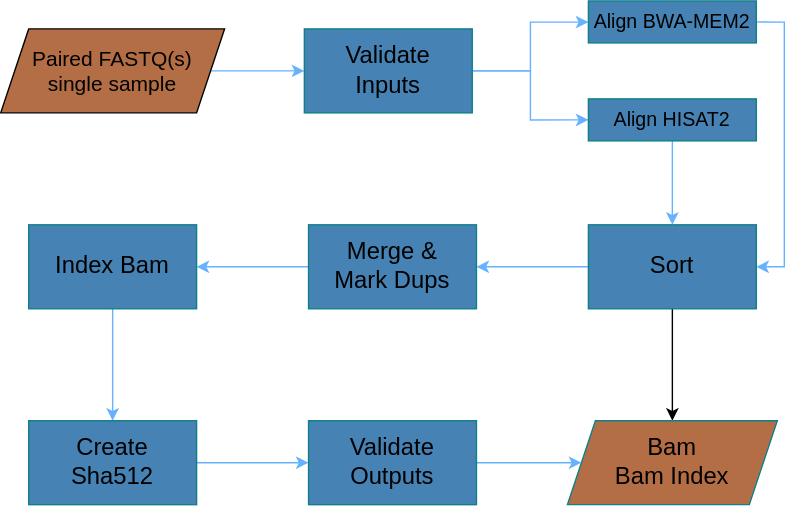
The draw.io diagram flowchart-diagram.drawio.svg in uclahs-cds/pipeline-align-DNA, before a commit. Source tidied: cells renumbered, new cells last; positions are measured from the earlier drawing's top-left corner, leaving out a move shared by most shapes. Its diagram source:
```xml
<mxGraphModel>
  <root>
    <mxCell id="0" />
    <mxCell id="1" parent="0" />
    <mxCell id="2" style="edgeStyle=orthogonalEdgeStyle;rounded=0;jettySize=auto;html=1;labelBackgroundColor=#FFFFFF;labelBorderColor=#FFFFFF;fillColor=#f9f7ed;strokeColor=#66B2FF;" parent="1" edge="1" source="3" target="6">
      <mxGeometry relative="1" as="geometry" />
    </mxCell>
    <mxCell id="3" value="Paired FASTQ(s)&lt;br style=&quot;font-size: 15px;&quot;&gt;single sample" style="shape=parallelogram;perimeter=parallelogramPerimeter;whiteSpace=wrap;html=1;fixedSize=1;fontSize=15;fillColor=#B46E46;" parent="1" vertex="1">
      <mxGeometry y="20" width="160" height="60" as="geometry" />
    </mxCell>
    <mxCell id="4" style="edgeStyle=orthogonalEdgeStyle;rounded=0;jettySize=auto;html=1;fontSize=15;strokeColor=#66B2FF;" parent="1" edge="1" source="6" target="8">
      <mxGeometry relative="1" as="geometry" />
    </mxCell>
    <mxCell id="5" style="edgeStyle=orthogonalEdgeStyle;rounded=0;jettySize=auto;html=1;exitX=1;exitY=0.5;exitDx=0;exitDy=0;entryX=0;entryY=0.5;entryDx=0;entryDy=0;fontColor=#ffffff;strokeColor=#66B2FF;" parent="1" edge="1" source="6" target="22">
      <mxGeometry relative="1" as="geometry" />
    </mxCell>
    <mxCell id="6" value="Validate&lt;br style=&quot;font-size: 17px;&quot;&gt;Inputs" style="whiteSpace=wrap;html=1;strokeColor=#0e8088;fillColor=#4682B4;fontSize=17;" parent="1" vertex="1">
      <mxGeometry x="217" y="20" width="120" height="60" as="geometry" />
    </mxCell>
    <mxCell id="7" style="edgeStyle=orthogonalEdgeStyle;rounded=0;jettySize=auto;html=1;exitX=1;exitY=0.5;exitDx=0;exitDy=0;entryX=1;entryY=0.5;entryDx=0;entryDy=0;strokeColor=#66B2FF;" parent="1" edge="1" source="8" target="11">
      <mxGeometry relative="1" as="geometry" />
    </mxCell>
    <mxCell id="8" value="&lt;font style=&quot;font-size: 14px&quot;&gt;Align BWA-MEM2&lt;/font&gt;" style="whiteSpace=wrap;html=1;fontSize=17;strokeColor=#0e8088;fillColor=#4682B4;" parent="1" vertex="1">
      <mxGeometry x="420" width="120" height="30" as="geometry" />
    </mxCell>
    <mxCell id="9" style="edgeStyle=orthogonalEdgeStyle;rounded=0;jettySize=auto;html=1;fontSize=17;strokeColor=#66B2FF;" parent="1" edge="1" source="11" target="13">
      <mxGeometry relative="1" as="geometry" />
    </mxCell>
    <mxCell id="10" style="edgeStyle=orthogonalEdgeStyle;rounded=0;jettySize=auto;html=1;exitX=0.5;exitY=1;exitDx=0;exitDy=0;entryX=0.5;entryY=0;entryDx=0;entryDy=0;" parent="1" edge="1" source="11" target="20">
      <mxGeometry relative="1" as="geometry" />
    </mxCell>
    <mxCell id="11" value="Sort" style="whiteSpace=wrap;html=1;fontSize=17;strokeColor=#0e8088;fillColor=#4682B4;" parent="1" vertex="1">
      <mxGeometry x="420" y="160" width="120" height="60" as="geometry" />
    </mxCell>
    <mxCell id="12" style="edgeStyle=orthogonalEdgeStyle;rounded=0;jettySize=auto;html=1;fontSize=17;strokeColor=#66B2FF;" parent="1" edge="1" source="13" target="15">
      <mxGeometry relative="1" as="geometry" />
    </mxCell>
    <mxCell id="13" value="Merge &amp;amp;&lt;br&gt;Mark Dups" style="whiteSpace=wrap;html=1;fontSize=17;strokeColor=#0e8088;fillColor=#4682B4;" parent="1" vertex="1">
      <mxGeometry x="220" y="160" width="120" height="60" as="geometry" />
    </mxCell>
    <mxCell id="14" style="edgeStyle=orthogonalEdgeStyle;rounded=0;jettySize=auto;html=1;fontSize=17;strokeColor=#66B2FF;" parent="1" edge="1" source="15" target="17">
      <mxGeometry relative="1" as="geometry" />
    </mxCell>
    <mxCell id="15" value="Index Bam" style="whiteSpace=wrap;html=1;fontSize=17;strokeColor=#0e8088;fillColor=#4682B4;" parent="1" vertex="1">
      <mxGeometry x="20" y="160" width="120" height="60" as="geometry" />
    </mxCell>
    <mxCell id="16" style="edgeStyle=orthogonalEdgeStyle;rounded=0;jettySize=auto;html=1;fontSize=17;strokeColor=#66B2FF;" parent="1" edge="1" source="17" target="19">
      <mxGeometry relative="1" as="geometry" />
    </mxCell>
    <mxCell id="17" value="Create&lt;br&gt;Sha512" style="whiteSpace=wrap;html=1;fontSize=17;strokeColor=#0e8088;fillColor=#4682B4;" parent="1" vertex="1">
      <mxGeometry x="20" y="300" width="120" height="60" as="geometry" />
    </mxCell>
    <mxCell id="18" style="edgeStyle=orthogonalEdgeStyle;rounded=0;jettySize=auto;html=1;fontSize=17;strokeColor=#66B2FF;" parent="1" edge="1" source="19" target="20">
      <mxGeometry relative="1" as="geometry" />
    </mxCell>
    <mxCell id="19" value="Validate&lt;br&gt;Outputs" style="whiteSpace=wrap;html=1;fontSize=17;strokeColor=#0e8088;fillColor=#4682B4;" parent="1" vertex="1">
      <mxGeometry x="220" y="300" width="120" height="60" as="geometry" />
    </mxCell>
    <mxCell id="20" value="Bam&lt;br&gt;Bam Index" style="shape=parallelogram;perimeter=parallelogramPerimeter;whiteSpace=wrap;html=1;fixedSize=1;fontSize=17;strokeColor=#0e8088;fillColor=#b46e46;" parent="1" vertex="1">
      <mxGeometry x="405" y="300" width="150" height="60" as="geometry" />
    </mxCell>
    <mxCell id="21" style="edgeStyle=orthogonalEdgeStyle;rounded=0;jettySize=auto;html=1;exitX=0.5;exitY=1;exitDx=0;exitDy=0;entryX=0.5;entryY=0;entryDx=0;entryDy=0;fontColor=#ffffff;strokeColor=#66B2FF;" parent="1" edge="1" source="22" target="11">
      <mxGeometry relative="1" as="geometry" />
    </mxCell>
    <mxCell id="22" value="&lt;font style=&quot;font-size: 14px&quot;&gt;Align HISAT2&lt;/font&gt;" style="whiteSpace=wrap;html=1;fontSize=17;strokeColor=#0e8088;fillColor=#4682B4;" parent="1" vertex="1">
      <mxGeometry x="420" y="70" width="120" height="30" as="geometry" />
    </mxCell>
  </root>
</mxGraphModel>
```
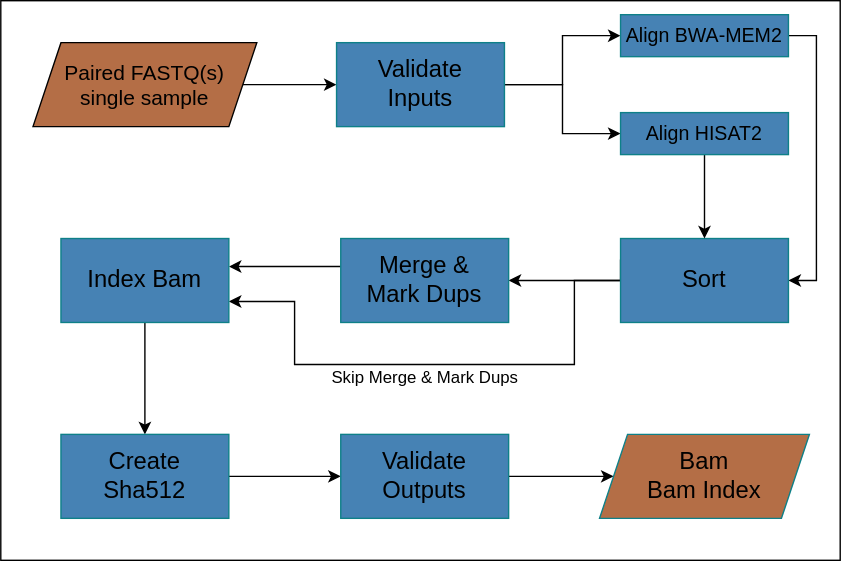
The same diagram one commit later.

Diff of the diagram source:
```diff
@@ -2,55 +2,74 @@
   <root>
     <mxCell id="0" />
     <mxCell id="1" parent="0" />
+    <mxCell id="23" style="whiteSpace=wrap;html=1;" parent="1" vertex="1">
+      <mxGeometry x="-23" y="-10" width="600" height="400" as="geometry" />
+    </mxCell>
-    <mxCell id="2" style="edgeStyle=orthogonalEdgeStyle;rounded=0;jettySize=auto;html=1;labelBackgroundColor=#FFFFFF;labelBorderColor=#FFFFFF;fillColor=#f9f7ed;strokeColor=#66B2FF;" parent="1" edge="1" source="3" target="6">
+    <mxCell id="2" style="edgeStyle=orthogonalEdgeStyle;rounded=0;jettySize=auto;html=1;labelBackgroundColor=#FFFFFF;labelBorderColor=#FFFFFF;fillColor=#f9f7ed;" parent="1" edge="1" source="3" target="6">
       <mxGeometry relative="1" as="geometry" />
     </mxCell>
     <mxCell id="3" value="Paired FASTQ(s)&lt;br style=&quot;font-size: 15px;&quot;&gt;single sample" style="shape=parallelogram;perimeter=parallelogramPerimeter;whiteSpace=wrap;html=1;fixedSize=1;fontSize=15;fillColor=#B46E46;" parent="1" vertex="1">
       <mxGeometry y="20" width="160" height="60" as="geometry" />
     </mxCell>
-    <mxCell id="4" style="edgeStyle=orthogonalEdgeStyle;rounded=0;jettySize=auto;html=1;fontSize=15;strokeColor=#66B2FF;" parent="1" edge="1" source="6" target="8">
+    <mxCell id="4" style="edgeStyle=orthogonalEdgeStyle;rounded=0;jettySize=auto;html=1;fontSize=15;" parent="1" edge="1" source="6" target="8">
       <mxGeometry relative="1" as="geometry" />
     </mxCell>
-    <mxCell id="5" style="edgeStyle=orthogonalEdgeStyle;rounded=0;jettySize=auto;html=1;exitX=1;exitY=0.5;exitDx=0;exitDy=0;entryX=0;entryY=0.5;entryDx=0;entryDy=0;fontColor=#ffffff;strokeColor=#66B2FF;" parent="1" edge="1" source="6" target="22">
+    <mxCell id="5" style="edgeStyle=orthogonalEdgeStyle;rounded=0;jettySize=auto;html=1;exitX=1;exitY=0.5;exitDx=0;exitDy=0;entryX=0;entryY=0.5;entryDx=0;entryDy=0;fontColor=#ffffff;" parent="1" edge="1" source="6" target="22">
       <mxGeometry relative="1" as="geometry" />
     </mxCell>
     <mxCell id="6" value="Validate&lt;br style=&quot;font-size: 17px;&quot;&gt;Inputs" style="whiteSpace=wrap;html=1;strokeColor=#0e8088;fillColor=#4682B4;fontSize=17;" parent="1" vertex="1">
       <mxGeometry x="217" y="20" width="120" height="60" as="geometry" />
     </mxCell>
-    <mxCell id="7" style="edgeStyle=orthogonalEdgeStyle;rounded=0;jettySize=auto;html=1;exitX=1;exitY=0.5;exitDx=0;exitDy=0;entryX=1;entryY=0.5;entryDx=0;entryDy=0;strokeColor=#66B2FF;" parent="1" edge="1" source="8" target="11">
+    <mxCell id="7" style="edgeStyle=orthogonalEdgeStyle;rounded=0;jettySize=auto;html=1;exitX=1;exitY=0.5;exitDx=0;exitDy=0;entryX=1;entryY=0.5;entryDx=0;entryDy=0;" parent="1" edge="1" source="8" target="11">
       <mxGeometry relative="1" as="geometry" />
     </mxCell>
     <mxCell id="8" value="&lt;font style=&quot;font-size: 14px&quot;&gt;Align BWA-MEM2&lt;/font&gt;" style="whiteSpace=wrap;html=1;fontSize=17;strokeColor=#0e8088;fillColor=#4682B4;" parent="1" vertex="1">
       <mxGeometry x="420" width="120" height="30" as="geometry" />
     </mxCell>
-    <mxCell id="9" style="edgeStyle=orthogonalEdgeStyle;rounded=0;jettySize=auto;html=1;fontSize=17;strokeColor=#66B2FF;" parent="1" edge="1" source="11" target="13">
-      <mxGeometry relative="1" as="geometry" />
+    <mxCell id="9" style="edgeStyle=orthogonalEdgeStyle;rounded=0;jettySize=auto;html=1;fontSize=17;entryX=1;entryY=0.75;entryDx=0;entryDy=0;exitX=0;exitY=0.5;exitDx=0;exitDy=0;" parent="1" edge="1" source="11" target="15">
+      <mxGeometry relative="1" as="geometry">
+        <Array as="points">
+          <mxPoint x="387" y="190" />
+          <mxPoint x="387" y="250" />
+          <mxPoint x="187" y="250" />
+          <mxPoint x="187" y="205" />
+        </Array>
+      </mxGeometry>
     </mxCell>
-    <mxCell id="10" style="edgeStyle=orthogonalEdgeStyle;rounded=0;jettySize=auto;html=1;exitX=0.5;exitY=1;exitDx=0;exitDy=0;entryX=0.5;entryY=0;entryDx=0;entryDy=0;" parent="1" edge="1" source="11" target="20">
-      <mxGeometry relative="1" as="geometry" />
-    </mxCell>
+    <mxCell id="24" style="edgeStyle=orthogonalEdgeStyle;rounded=0;jettySize=auto;html=1;exitX=0;exitY=0.25;exitDx=0;exitDy=0;entryX=1;entryY=0.5;entryDx=0;entryDy=0;strokeColor=#000000;" parent="1" edge="1" source="11" target="13">
+      <mxGeometry relative="1" as="geometry">
+        <Array as="points">
+          <mxPoint x="420" y="190" />
+        </Array>
+      </mxGeometry>
+    </mxCell>
     <mxCell id="11" value="Sort" style="whiteSpace=wrap;html=1;fontSize=17;strokeColor=#0e8088;fillColor=#4682B4;" parent="1" vertex="1">
       <mxGeometry x="420" y="160" width="120" height="60" as="geometry" />
     </mxCell>
-    <mxCell id="12" style="edgeStyle=orthogonalEdgeStyle;rounded=0;jettySize=auto;html=1;fontSize=17;strokeColor=#66B2FF;" parent="1" edge="1" source="13" target="15">
-      <mxGeometry relative="1" as="geometry" />
+    <mxCell id="12" style="edgeStyle=orthogonalEdgeStyle;rounded=0;jettySize=auto;html=1;fontSize=17;" parent="1" edge="1" source="13" target="15">
+      <mxGeometry relative="1" as="geometry">
+        <Array as="points">
+          <mxPoint x="187" y="180" />
+          <mxPoint x="187" y="180" />
+        </Array>
+      </mxGeometry>
     </mxCell>
     <mxCell id="13" value="Merge &amp;amp;&lt;br&gt;Mark Dups" style="whiteSpace=wrap;html=1;fontSize=17;strokeColor=#0e8088;fillColor=#4682B4;" parent="1" vertex="1">
       <mxGeometry x="220" y="160" width="120" height="60" as="geometry" />
     </mxCell>
-    <mxCell id="14" style="edgeStyle=orthogonalEdgeStyle;rounded=0;jettySize=auto;html=1;fontSize=17;strokeColor=#66B2FF;" parent="1" edge="1" source="15" target="17">
+    <mxCell id="14" style="edgeStyle=orthogonalEdgeStyle;rounded=0;jettySize=auto;html=1;fontSize=17;" parent="1" edge="1" source="15" target="17">
       <mxGeometry relative="1" as="geometry" />
     </mxCell>
     <mxCell id="15" value="Index Bam" style="whiteSpace=wrap;html=1;fontSize=17;strokeColor=#0e8088;fillColor=#4682B4;" parent="1" vertex="1">
       <mxGeometry x="20" y="160" width="120" height="60" as="geometry" />
     </mxCell>
-    <mxCell id="16" style="edgeStyle=orthogonalEdgeStyle;rounded=0;jettySize=auto;html=1;fontSize=17;strokeColor=#66B2FF;" parent="1" edge="1" source="17" target="19">
+    <mxCell id="16" style="edgeStyle=orthogonalEdgeStyle;rounded=0;jettySize=auto;html=1;fontSize=17;" parent="1" edge="1" source="17" target="19">
       <mxGeometry relative="1" as="geometry" />
     </mxCell>
     <mxCell id="17" value="Create&lt;br&gt;Sha512" style="whiteSpace=wrap;html=1;fontSize=17;strokeColor=#0e8088;fillColor=#4682B4;" parent="1" vertex="1">
       <mxGeometry x="20" y="300" width="120" height="60" as="geometry" />
     </mxCell>
-    <mxCell id="18" style="edgeStyle=orthogonalEdgeStyle;rounded=0;jettySize=auto;html=1;fontSize=17;strokeColor=#66B2FF;" parent="1" edge="1" source="19" target="20">
+    <mxCell id="18" style="edgeStyle=orthogonalEdgeStyle;rounded=0;jettySize=auto;html=1;fontSize=17;" parent="1" edge="1" source="19" target="20">
       <mxGeometry relative="1" as="geometry" />
     </mxCell>
     <mxCell id="19" value="Validate&lt;br&gt;Outputs" style="whiteSpace=wrap;html=1;fontSize=17;strokeColor=#0e8088;fillColor=#4682B4;" parent="1" vertex="1">
@@ -59,11 +78,14 @@
     <mxCell id="20" value="Bam&lt;br&gt;Bam Index" style="shape=parallelogram;perimeter=parallelogramPerimeter;whiteSpace=wrap;html=1;fixedSize=1;fontSize=17;strokeColor=#0e8088;fillColor=#b46e46;" parent="1" vertex="1">
       <mxGeometry x="405" y="300" width="150" height="60" as="geometry" />
     </mxCell>
-    <mxCell id="21" style="edgeStyle=orthogonalEdgeStyle;rounded=0;jettySize=auto;html=1;exitX=0.5;exitY=1;exitDx=0;exitDy=0;entryX=0.5;entryY=0;entryDx=0;entryDy=0;fontColor=#ffffff;strokeColor=#66B2FF;" parent="1" edge="1" source="22" target="11">
+    <mxCell id="21" style="edgeStyle=orthogonalEdgeStyle;rounded=0;jettySize=auto;html=1;exitX=0.5;exitY=1;exitDx=0;exitDy=0;entryX=0.5;entryY=0;entryDx=0;entryDy=0;fontColor=#ffffff;" parent="1" edge="1" source="22" target="11">
       <mxGeometry relative="1" as="geometry" />
     </mxCell>
     <mxCell id="22" value="&lt;font style=&quot;font-size: 14px&quot;&gt;Align HISAT2&lt;/font&gt;" style="whiteSpace=wrap;html=1;fontSize=17;strokeColor=#0e8088;fillColor=#4682B4;" parent="1" vertex="1">
       <mxGeometry x="420" y="70" width="120" height="30" as="geometry" />
     </mxCell>
+    <mxCell id="25" value="Skip Merge &amp;amp; Mark Dups" style="text;html=1;align=center;verticalAlign=middle;fillColor=none;strokeColor=none;rounded=0;" parent="1" vertex="1">
+      <mxGeometry x="205" y="250" width="150" height="20" as="geometry" />
+    </mxCell>
   </root>
 </mxGraphModel>
```
